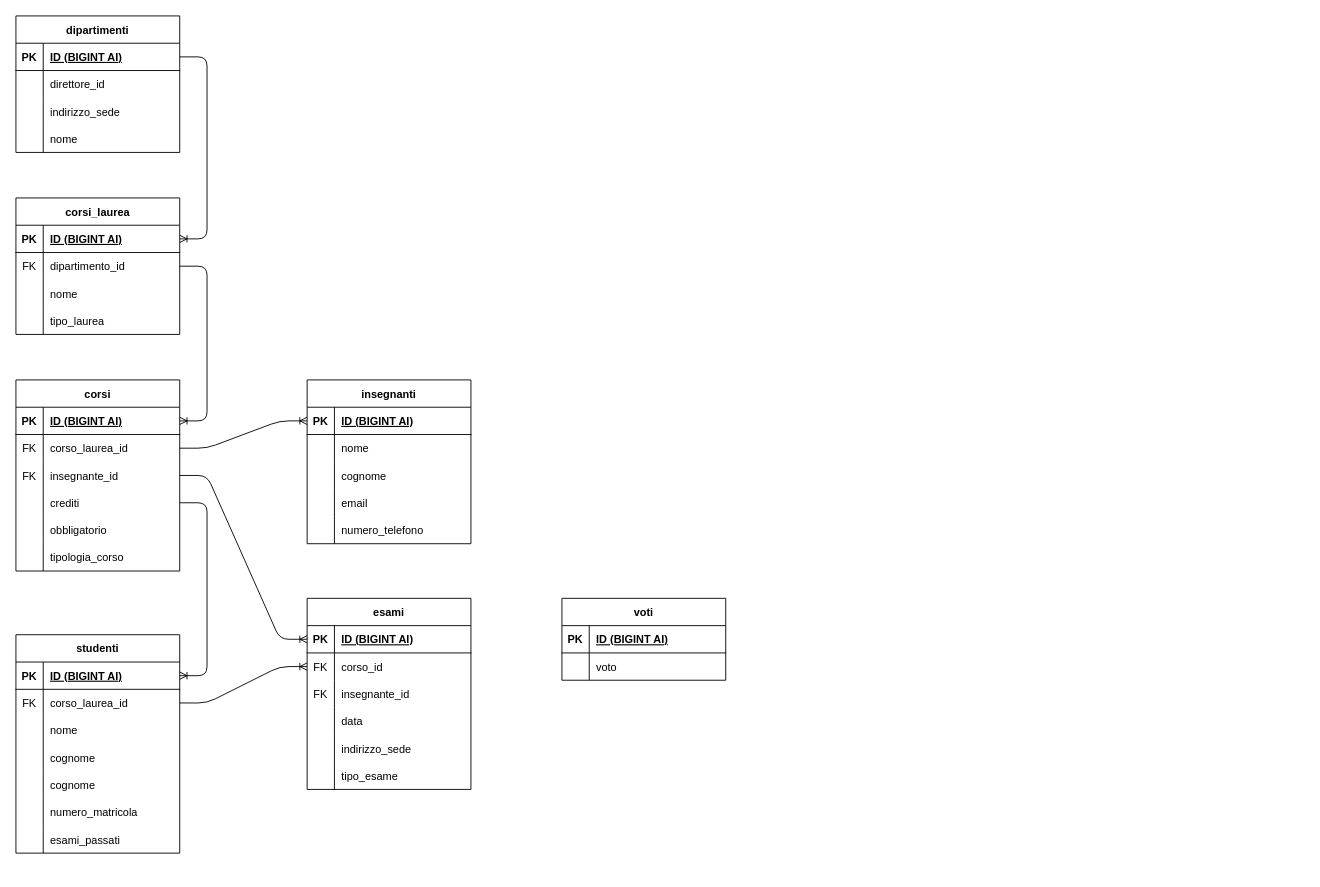
Giulia-Ciampelli/db-university keeps this draw.io diagram as schema.drawio. Above is the earlier version. Source tidied: cells renumbered, new cells numbered last; positions are measured from the earlier drawing's top-left corner, leaving out a move shared by most shapes. Both pictures are drawn from the tidied source at 91%, with x=0, y=0 at pixel (15, 15).
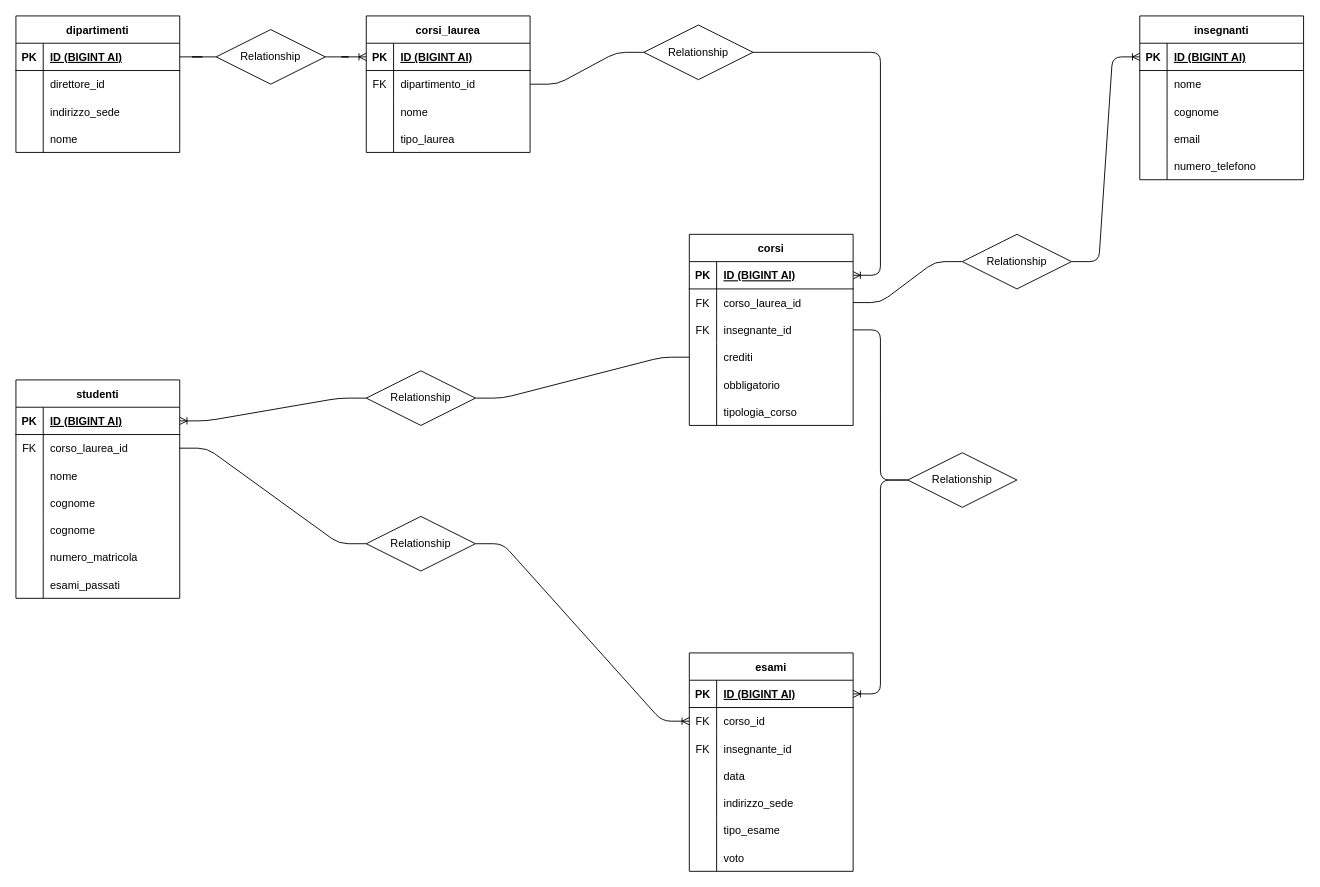
Above is the later version.

Unchanged cells that the change refers to:
```xml
<mxCell id="3" style="shape=tableRow;horizontal=0;startSize=0;swimlaneHead=0;swimlaneBody=0;fillColor=none;points=[[0,0.5],[1,0.5]];portConstraint=eastwest;top=0;left=0;right=0;bottom=1;" parent="2" vertex="1">
  <mxGeometry y="30" width="180" height="30" as="geometry" />
</mxCell>
<mxCell id="16" style="shape=tableRow;horizontal=0;startSize=0;swimlaneHead=0;swimlaneBody=0;fillColor=none;points=[[0,0.5],[1,0.5]];portConstraint=eastwest;top=0;left=0;right=0;bottom=1;" parent="15" vertex="1">
  <mxGeometry y="30" width="180" height="30" as="geometry" />
</mxCell>
<mxCell id="19" style="shape=tableRow;horizontal=0;startSize=0;swimlaneHead=0;swimlaneBody=0;fillColor=none;points=[[0,0.5],[1,0.5]];portConstraint=eastwest;top=0;left=0;right=0;bottom=0;" parent="15" vertex="1">
  <mxGeometry y="60" width="180" height="30" as="geometry" />
</mxCell>
<mxCell id="29" style="shape=tableRow;horizontal=0;startSize=0;swimlaneHead=0;swimlaneBody=0;fillColor=none;points=[[0,0.5],[1,0.5]];portConstraint=eastwest;top=0;left=0;right=0;bottom=1;" parent="28" vertex="1">
  <mxGeometry y="30" width="180" height="30" as="geometry" />
</mxCell>
<mxCell id="32" style="shape=tableRow;horizontal=0;startSize=0;swimlaneHead=0;swimlaneBody=0;fillColor=none;points=[[0,0.5],[1,0.5]];portConstraint=eastwest;top=0;left=0;right=0;bottom=0;" parent="28" vertex="1">
  <mxGeometry y="60" width="180" height="30" as="geometry" />
</mxCell>
<mxCell id="35" style="shape=tableRow;horizontal=0;startSize=0;swimlaneHead=0;swimlaneBody=0;fillColor=none;points=[[0,0.5],[1,0.5]];portConstraint=eastwest;top=0;left=0;right=0;bottom=0;" parent="28" vertex="1">
  <mxGeometry y="90" width="180" height="30" as="geometry" />
</mxCell>
<mxCell id="38" style="shape=tableRow;horizontal=0;startSize=0;swimlaneHead=0;swimlaneBody=0;fillColor=none;points=[[0,0.5],[1,0.5]];portConstraint=eastwest;top=0;left=0;right=0;bottom=0;" parent="28" vertex="1">
  <mxGeometry y="120" width="180" height="30" as="geometry" />
</mxCell>
<mxCell id="48" style="shape=tableRow;horizontal=0;startSize=0;swimlaneHead=0;swimlaneBody=0;fillColor=none;points=[[0,0.5],[1,0.5]];portConstraint=eastwest;top=0;left=0;right=0;bottom=1;" parent="47" vertex="1">
  <mxGeometry y="30" width="180" height="30" as="geometry" />
</mxCell>
<mxCell id="71" style="shape=tableRow;horizontal=0;startSize=0;swimlaneHead=0;swimlaneBody=0;fillColor=none;points=[[0,0.5],[1,0.5]];portConstraint=eastwest;top=0;left=0;right=0;bottom=1;" parent="70" vertex="1">
  <mxGeometry y="30" width="180" height="30" as="geometry" />
</mxCell>
<mxCell id="74" style="shape=tableRow;horizontal=0;startSize=0;swimlaneHead=0;swimlaneBody=0;fillColor=none;points=[[0,0.5],[1,0.5]];portConstraint=eastwest;top=0;left=0;right=0;bottom=0;" parent="70" vertex="1">
  <mxGeometry y="60" width="180" height="30" as="geometry" />
</mxCell>
<mxCell id="90" style="shape=tableRow;horizontal=0;startSize=0;swimlaneHead=0;swimlaneBody=0;fillColor=none;points=[[0,0.5],[1,0.5]];portConstraint=eastwest;top=0;left=0;right=0;bottom=1;" parent="89" vertex="1">
  <mxGeometry y="30" width="180" height="30" as="geometry" />
</mxCell>
<mxCell id="93" style="shape=tableRow;horizontal=0;startSize=0;swimlaneHead=0;swimlaneBody=0;fillColor=none;points=[[0,0.5],[1,0.5]];portConstraint=eastwest;top=0;left=0;right=0;bottom=0;" parent="89" vertex="1">
  <mxGeometry y="60" width="180" height="30" as="geometry" />
</mxCell>
```

Change to the diagram source:
```diff
@@
     <mxCell id="15" value="corsi_laurea" style="shape=table;startSize=30;childLayout=tableLayout;rowLines=0;fontStyle=1;align=center;" parent="1" vertex="1">
-      <mxGeometry y="200" width="180" height="150" as="geometry" />
+      <mxGeometry x="385" width="180" height="150" as="geometry" />
     </mxCell>
@@
     <mxCell id="28" value="corsi" style="shape=table;startSize=30;childLayout=tableLayout;rowLines=0;fontStyle=1;align=center;" parent="1" vertex="1">
-      <mxGeometry y="400" width="180" height="210" as="geometry" />
+      <mxGeometry x="740" y="240" width="180" height="210" as="geometry" />
     </mxCell>
@@
     <mxCell id="47" value="insegnanti" style="shape=table;startSize=30;childLayout=tableLayout;rowLines=0;fontStyle=1;align=center;" parent="1" vertex="1">
-      <mxGeometry x="320" y="400" width="180" height="180" as="geometry" />
+      <mxGeometry x="1235" width="180" height="180" as="geometry" />
     </mxCell>
@@
-    <mxCell id="63" value="voti" style="shape=table;startSize=30;childLayout=tableLayout;rowLines=0;fontStyle=1;align=center;" parent="1" vertex="1">
-      <mxGeometry x="600" y="640" width="180" height="90" as="geometry" />
-    </mxCell>
-    <mxCell id="64" style="shape=tableRow;horizontal=0;startSize=0;swimlaneHead=0;swimlaneBody=0;fillColor=none;top=0;left=0;right=0;bottom=1;" parent="63" vertex="1">
-      <mxGeometry y="30" width="180" height="30" as="geometry" />
-    </mxCell>
-    <mxCell id="65" value="PK" style="shape=partialRectangle;fillColor=none;top=0;left=0;bottom=0;right=0;fontStyle=1;overflow=hidden;" parent="64" vertex="1">
-      <mxGeometry width="30" height="30" as="geometry" />
-    </mxCell>
-    <mxCell id="66" value="ID (BIGINT AI)" style="shape=partialRectangle;fillColor=none;top=0;left=0;bottom=0;right=0;align=left;spacingLeft=6;fontStyle=5;overflow=hidden;" parent="64" vertex="1">
-      <mxGeometry x="30" width="150" height="30" as="geometry" />
-    </mxCell>
-    <mxCell id="67" style="shape=tableRow;horizontal=0;startSize=0;swimlaneHead=0;swimlaneBody=0;fillColor=none;top=0;left=0;right=0;bottom=0;" parent="63" vertex="1">
-      <mxGeometry y="60" width="180" height="30" as="geometry" />
-    </mxCell>
-    <mxCell id="68" style="shape=partialRectangle;fillColor=none;top=0;left=0;bottom=0;right=0;overflow=hidden;" parent="67" vertex="1">
-      <mxGeometry width="30" height="30" as="geometry" />
-    </mxCell>
-    <mxCell id="69" value="voto" style="shape=partialRectangle;fillColor=none;top=0;left=0;bottom=0;right=0;align=left;spacingLeft=6;overflow=hidden;" parent="67" vertex="1">
-      <mxGeometry x="30" width="150" height="30" as="geometry" />
-    </mxCell>
     <mxCell id="70" value="esami" style="shape=table;startSize=30;childLayout=tableLayout;rowLines=0;fontStyle=1;align=center;" parent="1" vertex="1">
-      <mxGeometry x="320" y="640" width="180" height="210" as="geometry" />
+      <mxGeometry x="740" y="700" width="180" height="240" as="geometry" />
     </mxCell>
@@
+    <mxCell id="117" style="shape=tableRow;horizontal=0;startSize=0;swimlaneHead=0;swimlaneBody=0;fillColor=none;top=0;left=0;right=0;bottom=0;" parent="70" vertex="1">
+      <mxGeometry y="210" width="180" height="30" as="geometry" />
+    </mxCell>
+    <mxCell id="68" style="shape=partialRectangle;fillColor=none;top=0;left=0;bottom=0;right=0;overflow=hidden;" parent="117" vertex="1">
+      <mxGeometry width="30" height="30" as="geometry" />
+    </mxCell>
+    <mxCell id="69" value="voto" style="shape=partialRectangle;fillColor=none;top=0;left=0;bottom=0;right=0;align=left;spacingLeft=6;overflow=hidden;" parent="117" vertex="1">
+      <mxGeometry x="30" width="150" height="30" as="geometry" />
+    </mxCell>
     <mxCell id="89" value="studenti" style="shape=table;startSize=30;childLayout=tableLayout;rowLines=0;fontStyle=1;align=center;" parent="1" vertex="1">
-      <mxGeometry y="680" width="180" height="240" as="geometry" />
+      <mxGeometry y="400" width="180" height="240" as="geometry" />
     </mxCell>
@@
-    <mxCell id="111" style="edgeStyle=entityRelationEdgeStyle;fontSize=12;html=1;endArrow=ERoneToMany;exitX=1;exitY=0.5;exitDx=0;exitDy=0;" parent="1" edge="1" source="3" target="16">
+    <mxCell id="111" style="edgeStyle=entityRelationEdgeStyle;fontSize=12;html=1;endArrow=ERoneToMany;exitX=1;exitY=0.5;exitDx=0;exitDy=0;startArrow=none;" parent="1" edge="1" source="123" target="16">
       <mxGeometry relative="1" as="geometry" />
     </mxCell>
-    <mxCell id="112" style="edgeStyle=entityRelationEdgeStyle;fontSize=12;html=1;endArrow=ERoneToMany;exitX=1;exitY=0.5;exitDx=0;exitDy=0;entryX=1;entryY=0.5;entryDx=0;entryDy=0;" parent="1" edge="1" source="19" target="29">
+    <mxCell id="112" style="edgeStyle=entityRelationEdgeStyle;fontSize=12;html=1;endArrow=ERoneToMany;exitX=1;exitY=0.5;exitDx=0;exitDy=0;startArrow=none;" parent="1" edge="1" source="125" target="29">
       <mxGeometry relative="1" as="geometry" />
     </mxCell>
-    <mxCell id="113" style="edgeStyle=entityRelationEdgeStyle;fontSize=12;html=1;endArrow=ERoneToMany;exitX=1;exitY=0.5;exitDx=0;exitDy=0;" parent="1" edge="1" source="32" target="48">
+    <mxCell id="113" style="edgeStyle=entityRelationEdgeStyle;fontSize=12;html=1;endArrow=ERoneToMany;exitX=1;exitY=0.5;exitDx=0;exitDy=0;startArrow=none;" parent="1" edge="1" source="127" target="48">
       <mxGeometry relative="1" as="geometry" />
     </mxCell>
-    <mxCell id="114" style="edgeStyle=entityRelationEdgeStyle;fontSize=12;html=1;endArrow=ERoneToMany;exitX=1;exitY=0.5;exitDx=0;exitDy=0;entryX=0;entryY=0.5;entryDx=0;entryDy=0;" parent="1" edge="1" source="35" target="71">
+    <mxCell id="114" style="edgeStyle=entityRelationEdgeStyle;fontSize=12;html=1;endArrow=ERoneToMany;startArrow=none;" parent="1" edge="1" source="129" target="71">
       <mxGeometry relative="1" as="geometry" />
     </mxCell>
-    <mxCell id="115" style="edgeStyle=entityRelationEdgeStyle;fontSize=12;html=1;endArrow=ERoneToMany;entryX=1;entryY=0.5;entryDx=0;entryDy=0;" parent="1" edge="1" source="38" target="90">
+    <mxCell id="115" style="edgeStyle=entityRelationEdgeStyle;fontSize=12;html=1;endArrow=ERoneToMany;entryX=1;entryY=0.5;entryDx=0;entryDy=0;startArrow=none;" parent="1" edge="1" source="121" target="90">
       <mxGeometry relative="1" as="geometry" />
     </mxCell>
-    <mxCell id="116" style="edgeStyle=entityRelationEdgeStyle;fontSize=12;html=1;endArrow=ERoneToMany;exitX=1;exitY=0.5;exitDx=0;exitDy=0;entryX=0;entryY=0.5;entryDx=0;entryDy=0;" parent="1" edge="1" source="93" target="74">
+    <mxCell id="116" style="edgeStyle=entityRelationEdgeStyle;fontSize=12;html=1;endArrow=ERoneToMany;exitX=1;exitY=0.5;exitDx=0;exitDy=0;entryX=0;entryY=0.5;entryDx=0;entryDy=0;startArrow=none;" parent="1" edge="1" source="119" target="74">
       <mxGeometry relative="1" as="geometry" />
     </mxCell>
+    <mxCell id="118" style="edgeStyle=entityRelationEdgeStyle;fontSize=12;html=1;endArrow=none;exitX=1;exitY=0.5;exitDx=0;exitDy=0;entryX=0;entryY=0.5;entryDx=0;entryDy=0;" parent="1" edge="1" source="93" target="119">
+      <mxGeometry relative="1" as="geometry" />
+    </mxCell>
+    <mxCell id="119" value="Relationship" style="shape=rhombus;perimeter=rhombusPerimeter;whiteSpace=wrap;html=1;align=center;" parent="1" vertex="1">
+      <mxGeometry x="385" y="550" width="120" height="60" as="geometry" />
+    </mxCell>
+    <mxCell id="120" style="edgeStyle=entityRelationEdgeStyle;fontSize=12;html=1;endArrow=none;entryX=1;entryY=0.5;entryDx=0;entryDy=0;" parent="1" edge="1" source="38" target="121">
+      <mxGeometry relative="1" as="geometry" />
+    </mxCell>
+    <mxCell id="121" value="Relationship" style="shape=rhombus;perimeter=rhombusPerimeter;whiteSpace=wrap;html=1;align=center;" parent="1" vertex="1">
+      <mxGeometry x="385" y="390" width="120" height="60" as="geometry" />
+    </mxCell>
+    <mxCell id="122" style="edgeStyle=entityRelationEdgeStyle;fontSize=12;html=1;endArrow=none;exitX=1;exitY=0.5;exitDx=0;exitDy=0;" parent="1" edge="1" source="3" target="123">
+      <mxGeometry relative="1" as="geometry" />
+    </mxCell>
+    <mxCell id="123" value="Relationship" style="shape=rhombus;perimeter=rhombusPerimeter;whiteSpace=wrap;html=1;align=center;" parent="1" vertex="1">
+      <mxGeometry x="220" y="15" width="120" height="60" as="geometry" />
+    </mxCell>
+    <mxCell id="124" style="edgeStyle=entityRelationEdgeStyle;fontSize=12;html=1;endArrow=none;exitX=1;exitY=0.5;exitDx=0;exitDy=0;" parent="1" edge="1" source="19" target="125">
+      <mxGeometry relative="1" as="geometry" />
+    </mxCell>
+    <mxCell id="125" value="Relationship" style="shape=rhombus;perimeter=rhombusPerimeter;whiteSpace=wrap;html=1;align=center;" parent="1" vertex="1">
+      <mxGeometry x="690" y="10" width="120" height="60" as="geometry" />
+    </mxCell>
+    <mxCell id="126" style="edgeStyle=entityRelationEdgeStyle;fontSize=12;html=1;endArrow=none;exitX=1;exitY=0.5;exitDx=0;exitDy=0;" parent="1" edge="1" source="32" target="127">
+      <mxGeometry relative="1" as="geometry" />
+    </mxCell>
+    <mxCell id="127" value="Relationship" style="shape=rhombus;perimeter=rhombusPerimeter;whiteSpace=wrap;html=1;align=center;" parent="1" vertex="1">
+      <mxGeometry x="1040" y="240" width="120" height="60" as="geometry" />
+    </mxCell>
+    <mxCell id="128" style="edgeStyle=entityRelationEdgeStyle;fontSize=12;html=1;endArrow=none;" parent="1" edge="1" source="35" target="129">
+      <mxGeometry relative="1" as="geometry" />
+    </mxCell>
+    <mxCell id="129" value="Relationship" style="shape=rhombus;perimeter=rhombusPerimeter;whiteSpace=wrap;html=1;align=center;" parent="1" vertex="1">
+      <mxGeometry x="980" y="480" width="120" height="60" as="geometry" />
+    </mxCell>
```
